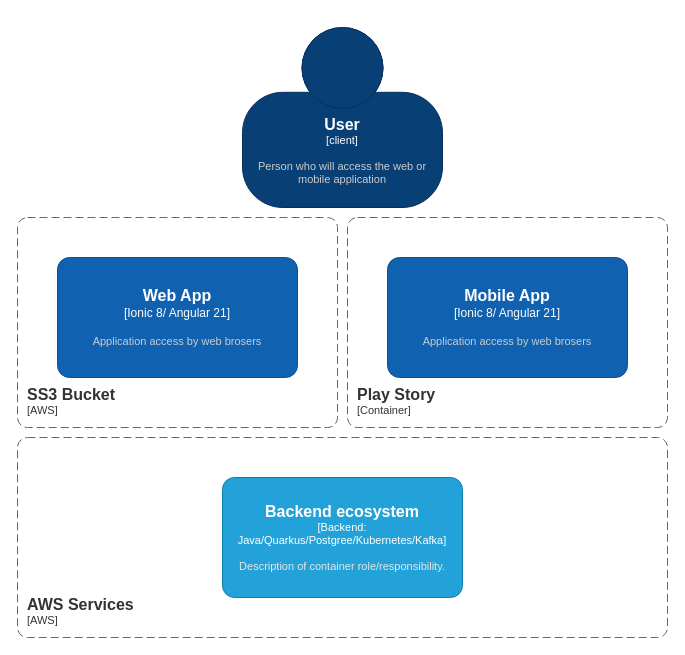
SilvaEngComp/PDV-online keeps this draw.io diagram as page "Context" (1 of 3) of Architecture/PDV.drawio. Above is the earlier version. Source tidied: cells renumbered, new cells numbered last; positions are measured from the earlier drawing's top-left corner, leaving out a move shared by most shapes. Both pictures are drawn from the tidied source at 100%, with x=0, y=0 at pixel (17, 27).
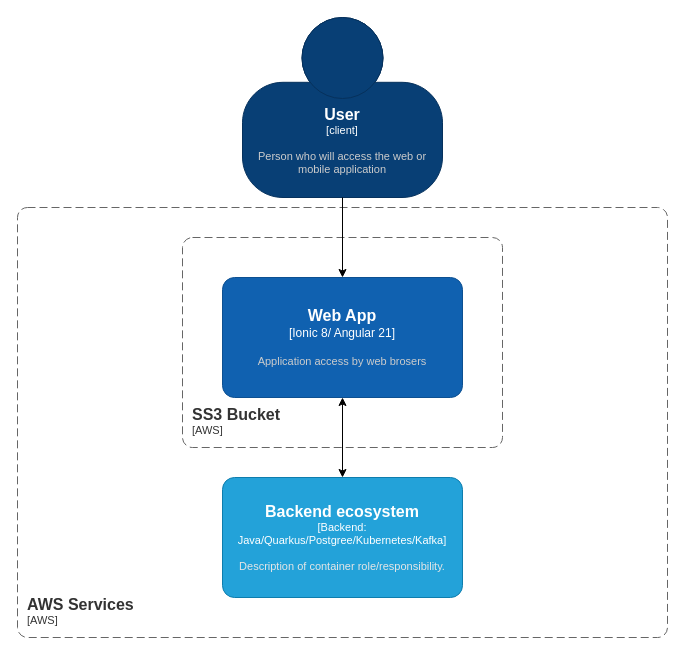
Above is the later version.

Diff of the diagram source:
```diff
@@
 <mxGraphModel>
   <root>
     <mxCell id="0" />
     <mxCell id="1" parent="0" />
     <object id="2" label="&lt;font style=&quot;font-size: 16px&quot;&gt;&lt;b&gt;%c4Name%&lt;/b&gt;&lt;/font&gt;&lt;div&gt;[%c4Type%]&lt;/div&gt;&lt;br&gt;&lt;div&gt;&lt;font style=&quot;font-size: 11px&quot;&gt;&lt;font color=&quot;#cccccc&quot;&gt;%c4Description%&lt;/font&gt;&lt;/div&gt;" c4Description="Person who will access the web or mobile application" c4Name="User" c4Type="client" placeholders="1">
       <mxCell style="html=1;fontSize=11;dashed=0;whiteSpace=wrap;fillColor=#083F75;strokeColor=#06315C;fontColor=#ffffff;shape=mxgraph.c4.person2;align=center;points=[[0.5,0,0],[1,0.5,0],[1,0.75,0],[0.75,1,0],[0.5,1,0],[0.25,1,0],[0,0.75,0],[0,0.5,0]];" parent="1" vertex="1">
-        <mxGeometry x="225" width="200" height="180" as="geometry" />
+        <mxGeometry x="225" y="-10" width="200" height="180" as="geometry" />
       </mxCell>
     </object>
-    <object id="3" label="&lt;font style=&quot;font-size: 16px&quot;&gt;&lt;b&gt;%c4Name%&lt;/b&gt;&lt;/font&gt;&lt;div&gt;[%c4Type%]&lt;/div&gt;&lt;br&gt;&lt;div&gt;&lt;font style=&quot;font-size: 11px&quot;&gt;&lt;font color=&quot;#cccccc&quot;&gt;%c4Description%&lt;/font&gt;&lt;/div&gt;" c4Description="Application access by web brosers" c4Name="Web App" c4Type="Ionic 8/ Angular 21" placeholders="1">
-      <mxCell style="rounded=1;whiteSpace=wrap;html=1;labelBackgroundColor=none;fillColor=#1061B0;fontColor=#ffffff;align=center;arcSize=10;strokeColor=#0D5091;points=[[0.25,0,0],[0.5,0,0],[0.75,0,0],[1,0.25,0],[1,0.5,0],[1,0.75,0],[0.75,1,0],[0.5,1,0],[0.25,1,0],[0,0.75,0],[0,0.5,0],[0,0.25,0]];" parent="1" vertex="1">
-        <mxGeometry x="40" y="230" width="240" height="120" as="geometry" />
-      </mxCell>
-    </object>
-    <object id="4" label="&lt;font style=&quot;font-size: 16px&quot;&gt;&lt;b&gt;%c4Name%&lt;/b&gt;&lt;/font&gt;&lt;div&gt;[%c4Type%]&lt;/div&gt;&lt;br&gt;&lt;div&gt;&lt;font style=&quot;font-size: 11px&quot;&gt;&lt;font color=&quot;#cccccc&quot;&gt;%c4Description%&lt;/font&gt;&lt;/div&gt;" c4Description="Application access by web brosers" c4Name="Mobile App" c4Type="Ionic 8/ Angular 21" placeholders="1">
-      <mxCell style="rounded=1;whiteSpace=wrap;html=1;labelBackgroundColor=none;fillColor=#1061B0;fontColor=#ffffff;align=center;arcSize=10;strokeColor=#0D5091;" parent="1" vertex="1">
-        <mxGeometry x="370" y="230" width="240" height="120" as="geometry" />
-      </mxCell>
-    </object>
-    <object id="5" label="&lt;font style=&quot;font-size: 16px&quot;&gt;&lt;b&gt;&lt;div style=&quot;text-align: left&quot;&gt;%c4Name%&lt;/div&gt;&lt;/b&gt;&lt;/font&gt;&lt;div style=&quot;text-align: left&quot;&gt;[%c4Application%]&lt;/div&gt;" c4Application="AWS" c4Name="SS3 Bucket" placeholders="1">
-      <mxCell style="rounded=1;fontSize=11;whiteSpace=wrap;html=1;dashed=1;arcSize=20;fillColor=none;strokeColor=#666666;fontColor=#333333;labelBackgroundColor=none;align=left;verticalAlign=bottom;labelBorderColor=none;spacingTop=0;spacing=10;dashPattern=8 4;perimeter=rectanglePerimeter;noLabel=0;labelPadding=0;absoluteArcSize=1;" parent="1" vertex="1">
-        <mxGeometry y="190" width="320" height="210" as="geometry" />
-      </mxCell>
-    </object>
-    <object id="6" label="&lt;font style=&quot;font-size: 16px&quot;&gt;&lt;b&gt;&lt;div style=&quot;text-align: left&quot;&gt;%c4Name%&lt;/div&gt;&lt;/b&gt;&lt;/font&gt;&lt;div style=&quot;text-align: left&quot;&gt;[%c4Application%]&lt;/div&gt;" c4Application="Container" c4Name="Play Story" placeholders="1">
-      <mxCell style="rounded=1;fontSize=11;whiteSpace=wrap;html=1;dashed=1;arcSize=20;fillColor=none;strokeColor=#666666;fontColor=#333333;labelBackgroundColor=none;align=left;verticalAlign=bottom;labelBorderColor=none;spacingTop=0;spacing=10;dashPattern=8 4;perimeter=rectanglePerimeter;noLabel=0;labelPadding=0;absoluteArcSize=1;" parent="1" vertex="1">
-        <mxGeometry x="330" y="190" width="320" height="210" as="geometry" />
-      </mxCell>
-    </object>
     <object id="7" label="&lt;font style=&quot;font-size: 16px&quot;&gt;&lt;b&gt;&lt;div style=&quot;text-align: left&quot;&gt;%c4Name%&lt;/div&gt;&lt;/b&gt;&lt;/font&gt;&lt;div style=&quot;text-align: left&quot;&gt;[%c4Application%]&lt;/div&gt;" c4Application="AWS" c4Name="AWS Services" placeholders="1">
       <mxCell style="rounded=1;fontSize=11;whiteSpace=wrap;html=1;dashed=1;arcSize=20;fillColor=none;strokeColor=#666666;fontColor=#333333;labelBackgroundColor=none;align=left;verticalAlign=bottom;labelBorderColor=none;spacingTop=0;spacing=10;dashPattern=8 4;perimeter=rectanglePerimeter;noLabel=0;labelPadding=0;absoluteArcSize=1;" parent="1" vertex="1">
-        <mxGeometry y="410" width="650" height="200" as="geometry" />
+        <mxGeometry y="180" width="650" height="430" as="geometry" />
       </mxCell>
     </object>
     <object id="8" label="&lt;font style=&quot;font-size: 16px&quot;&gt;&lt;b&gt;%c4Name%&lt;/b&gt;&lt;/font&gt;&lt;div&gt;[%c4Type%: %c4Technology%]&lt;/div&gt;&lt;br&gt;&lt;div&gt;&lt;font style=&quot;font-size: 11px&quot;&gt;&lt;font color=&quot;#E6E6E6&quot;&gt;%c4Description%&lt;/font&gt;&lt;/div&gt;" c4Description="Description of container role/responsibility." c4Name="Backend ecosystem" c4Technology="Java/Quarkus/Postgree/Kubernetes/Kafka" c4Type="Backend" placeholders="1">
       <mxCell style="rounded=1;whiteSpace=wrap;html=1;fontSize=11;labelBackgroundColor=none;fillColor=#23A2D9;fontColor=#ffffff;align=center;arcSize=10;strokeColor=#0E7DAD;points=[[0.25,0,0],[0.5,0,0],[0.75,0,0],[1,0.25,0],[1,0.5,0],[1,0.75,0],[0.75,1,0],[0.5,1,0],[0.25,1,0],[0,0.75,0],[0,0.5,0],[0,0.25,0]];" parent="1" vertex="1">
         <mxGeometry x="205" y="450" width="240" height="120" as="geometry" />
       </mxCell>
     </object>
+    <mxCell id="9" style="group;" parent="1" vertex="1">
+      <mxGeometry x="165" y="210" width="320" height="210" as="geometry" />
+    </mxCell>
+    <object id="5" label="&lt;font style=&quot;font-size: 16px&quot;&gt;&lt;b&gt;&lt;div style=&quot;text-align: left&quot;&gt;%c4Name%&lt;/div&gt;&lt;/b&gt;&lt;/font&gt;&lt;div style=&quot;text-align: left&quot;&gt;[%c4Application%]&lt;/div&gt;" c4Application="AWS" c4Name="SS3 Bucket" placeholders="1">
+      <mxCell style="rounded=1;fontSize=11;whiteSpace=wrap;html=1;dashed=1;arcSize=20;fillColor=none;strokeColor=#666666;fontColor=#333333;labelBackgroundColor=none;align=left;verticalAlign=bottom;labelBorderColor=none;spacingTop=0;spacing=10;dashPattern=8 4;perimeter=rectanglePerimeter;noLabel=0;labelPadding=0;absoluteArcSize=1;" parent="9" vertex="1">
+        <mxGeometry width="320" height="210" as="geometry" />
+      </mxCell>
+    </object>
+    <object id="3" label="&lt;font style=&quot;font-size: 16px&quot;&gt;&lt;b&gt;%c4Name%&lt;/b&gt;&lt;/font&gt;&lt;div&gt;[%c4Type%]&lt;/div&gt;&lt;br&gt;&lt;div&gt;&lt;font style=&quot;font-size: 11px&quot;&gt;&lt;font color=&quot;#cccccc&quot;&gt;%c4Description%&lt;/font&gt;&lt;/div&gt;" c4Description="Application access by web brosers" c4Name="Web App" c4Type="Ionic 8/ Angular 21" placeholders="1">
+      <mxCell style="rounded=1;whiteSpace=wrap;html=1;labelBackgroundColor=none;fillColor=#1061B0;fontColor=#ffffff;align=center;arcSize=10;strokeColor=#0D5091;points=[[0.25,0,0],[0.5,0,0],[0.75,0,0],[1,0.25,0],[1,0.5,0],[1,0.75,0],[0.75,1,0],[0.5,1,0],[0.25,1,0],[0,0.75,0],[0,0.5,0],[0,0.25,0]];" parent="9" vertex="1">
+        <mxGeometry x="40" y="40" width="240" height="120" as="geometry" />
+      </mxCell>
+    </object>
+    <mxCell id="10" style="edgeStyle=orthogonalEdgeStyle;rounded=0;jettySize=auto;html=1;entryX=0.5;entryY=0;entryDx=0;entryDy=0;entryPerimeter=0;" parent="1" edge="1" source="2" target="3">
+      <mxGeometry relative="1" as="geometry" />
+    </mxCell>
+    <mxCell id="11" style="edgeStyle=orthogonalEdgeStyle;rounded=0;jettySize=auto;html=1;entryX=0.5;entryY=1;entryDx=0;entryDy=0;entryPerimeter=0;startArrow=classic;startFill=1;" parent="1" edge="1" source="8" target="3">
+      <mxGeometry relative="1" as="geometry" />
+    </mxCell>
   </root>
 </mxGraphModel>
```
